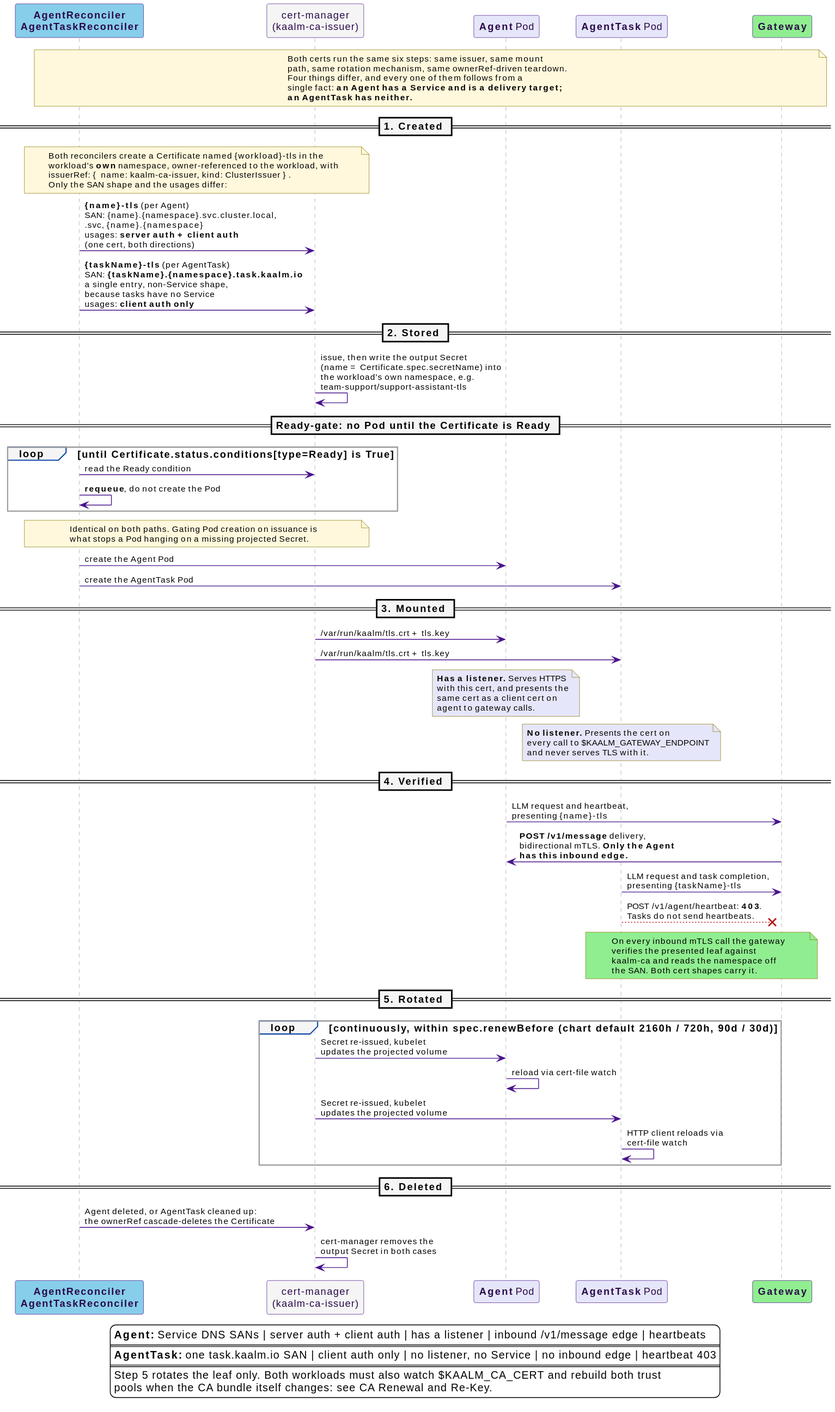
The PlantUML diagram docs/src/diagrams/cert-lifecycles.svg in win07xp/kaalm, before a commit. Its diagram source:
```plantuml
@startuml
!include _style.puml

skinparam wrapWidth 420
skinparam maxMessageSize 340

participant "**AgentReconciler**\n**AgentTaskReconciler**" as R #87CEEB
participant "cert-manager\n(kaalm-ca-issuer)" as CM #F5F5F5
participant "**Agent** Pod" as AP #E6E6FA
participant "**AgentTask** Pod" as TP #E6E6FA
participant "**Gateway**" as GW #90EE90

note over R, GW #FFF8DC
  Both certs run the same six steps: same issuer, same mount
  path, same rotation mechanism, same ownerRef-driven teardown.
  Four things differ, and every one of them follows from a
  single fact: **an Agent has a Service and is a delivery target;**
  **an AgentTask has neither.**
end note

== 1. Created ==

note over R, CM #FFF8DC
  Both reconcilers create a Certificate named {workload}-tls in the
  workload's **own** namespace, owner-referenced to the workload, with
  issuerRef: { name: kaalm-ca-issuer, kind: ClusterIssuer }.
  Only the SAN shape and the usages differ:
end note
R -> CM : **{name}-tls** (per Agent)\nSAN: {name}.{namespace}.svc.cluster.local,\n.svc, {name}.{namespace}\nusages: **server auth + client auth**\n(one cert, both directions)
R -> CM : **{taskName}-tls** (per AgentTask)\nSAN: **{taskName}.{namespace}.task.kaalm.io**\na single entry, non-Service shape,\nbecause tasks have no Service\nusages: **client auth only**

== 2. Stored ==

CM -> CM : issue, then write the output Secret\n(name = Certificate.spec.secretName) into\nthe workload's own namespace, e.g.\nteam-support/support-assistant-tls

== Ready-gate: no Pod until the Certificate is Ready ==

loop until Certificate.status.conditions[type=Ready] is True
  R -> CM : read the Ready condition
  R -> R : **requeue**, do not create the Pod
end
note over R, CM #FFF8DC
  Identical on both paths. Gating Pod creation on issuance is
  what stops a Pod hanging on a missing projected Secret.
end note
R -> AP : create the Agent Pod
R -> TP : create the AgentTask Pod

== 3. Mounted ==

CM -> AP : /var/run/kaalm/tls.crt + tls.key
CM -> TP : /var/run/kaalm/tls.crt + tls.key
note over AP #E6E6FA
  **Has a listener.** Serves HTTPS
  with this cert, and presents the
  same cert as a client cert on
  agent to gateway calls.
end note
note over TP #E6E6FA
  **No listener.** Presents the cert on
  every call to $KAALM_GATEWAY_ENDPOINT
  and never serves TLS with it.
end note

== 4. Verified ==

AP -> GW : LLM request and heartbeat,\npresenting {name}-tls
GW -> AP : **POST /v1/message** delivery,\nbidirectional mTLS. **Only the Agent**\n**has this inbound edge.**
TP -> GW : LLM request and task completion,\npresenting {taskName}-tls
TP -[#B71C1C]->x GW : POST /v1/agent/heartbeat: **403**.\nTasks do not send heartbeats.
note over TP, GW #90EE90
  On every inbound mTLS call the gateway
  verifies the presented leaf against
  kaalm-ca and reads the namespace off
  the SAN. Both cert shapes carry it.
end note

== 5. Rotated ==

loop continuously, within spec.renewBefore (chart default 2160h / 720h, 90d / 30d)
  CM -> AP : Secret re-issued, kubelet\nupdates the projected volume
  AP -> AP : reload via cert-file watch
  CM -> TP : Secret re-issued, kubelet\nupdates the projected volume
  TP -> TP : HTTP client reloads via\ncert-file watch
end

== 6. Deleted ==

R -> CM : Agent deleted, or AgentTask cleaned up:\nthe ownerRef cascade-deletes the Certificate
CM -> CM : cert-manager removes the\noutput Secret in both cases

legend bottom
  **Agent:** Service DNS SANs | server auth + client auth | has a listener | inbound /v1/message edge | heartbeats
  ====
  **AgentTask:** one task.kaalm.io SAN | client auth only | no listener, no Service | no inbound edge | heartbeat 403
  ====
  Step 5 rotates the leaf only. Both workloads must also watch $KAALM_CA_CERT and rebuild both trust
  pools when the CA bundle itself changes: see CA Renewal and Re-Key.
endlegend
@enduml
```
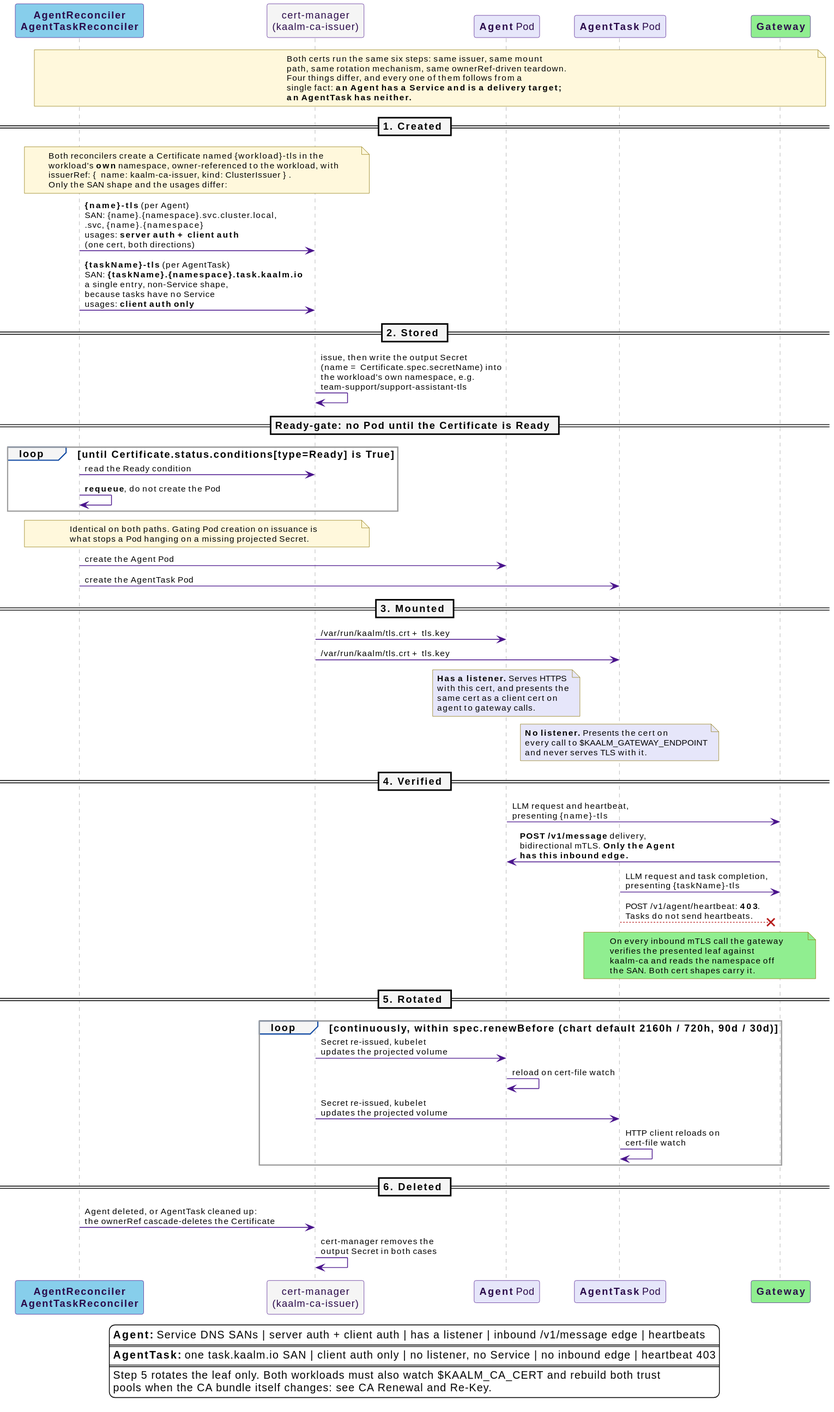
After the change.

The edit, as a diff of the source:
```diff
@@ -79,9 +79,9 @@
 
 loop continuously, within spec.renewBefore (chart default 2160h / 720h, 90d / 30d)
   CM -> AP : Secret re-issued, kubelet\nupdates the projected volume
-  AP -> AP : reload via cert-file watch
+  AP -> AP : reload on cert-file watch
   CM -> TP : Secret re-issued, kubelet\nupdates the projected volume
-  TP -> TP : HTTP client reloads via\ncert-file watch
+  TP -> TP : HTTP client reloads on\ncert-file watch
 end
 
 == 6. Deleted ==
```
